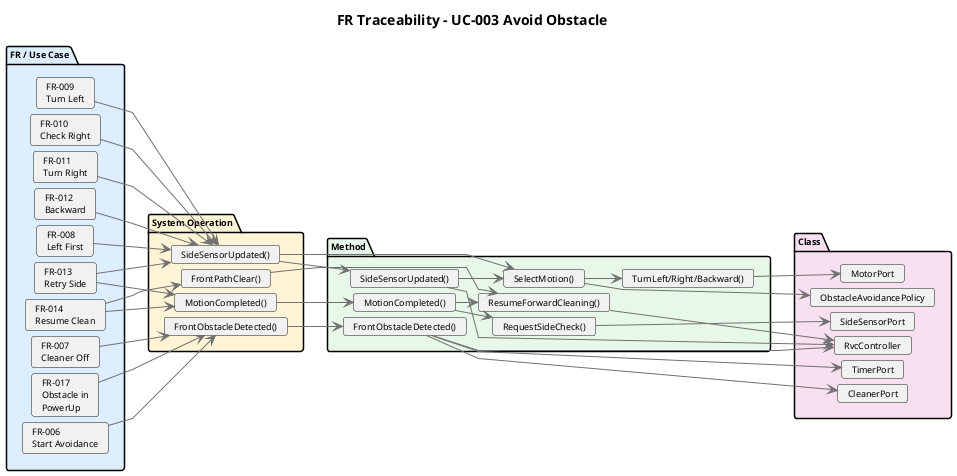
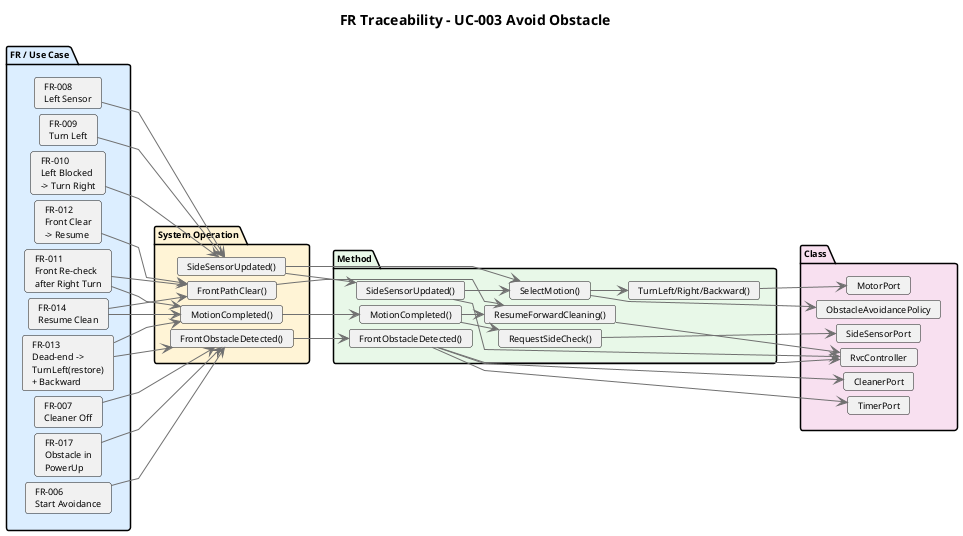
@startuml FR_Traceability_UC003
title FR Traceability - UC-003 Avoid Obstacle

skinparam shadowing false
skinparam linetype polyline
skinparam nodesep 6
skinparam ranksep 12
skinparam defaultFontSize 9
skinparam ArrowColor #707070

left to right direction

package "FR / Use Case" #DCEEFF {
  card "FR-006\nStart Avoidance" as FR006
  card "FR-007\nCleaner Off" as FR007
-   card "FR-008\nLeft First" as FR008
+   card "FR-008\nLeft Sensor" as FR008
  card "FR-009\nTurn Left" as FR009
-   card "FR-010\nCheck Right" as FR010
-   card "FR-011\nTurn Right" as FR011
-   card "FR-012\nBackward" as FR012
-   card "FR-013\nRetry Side" as FR013
+   card "FR-010\nLeft Blocked\n-> Turn Right" as FR010
+   card "FR-011\nFront Re-check\nafter Right Turn" as FR011
+   card "FR-012\nFront Clear\n-> Resume" as FR012
+   card "FR-013\nDead-end ->\nTurnLeft(restore)\n+ Backward" as FR013
  card "FR-014\nResume Clean" as FR014
  card "FR-017\nObstacle in\nPowerUp" as FR017
}

package "System Operation" #FFF4D6 {
  card "FrontObstacleDetected()" as OP1
  card "SideSensorUpdated()" as OP2
  card "MotionCompleted()" as OP3
  card "FrontPathClear()" as OP4
}

package "Method" #E8F8E8 {
  card "FrontObstacleDetected()" as M1
  card "SideSensorUpdated()" as M2
  card "SelectMotion()" as M3
  card "TurnLeft/Right/Backward()" as M4
  card "MotionCompleted()" as M5
  card "ResumeForwardCleaning()" as M6
  card "RequestSideCheck()" as M7
}

package "Class" #F8E0F0 {
  card "RvcController" as C1
  card "ObstacleAvoidancePolicy" as C2
  card "CleanerPort" as C3
  card "MotorPort" as C4
  card "SideSensorPort" as C5
  card "TimerPort" as C6
}

FR006 --> OP1
FR007 --> OP1
FR008 --> OP2
FR009 --> OP2
FR010 --> OP2
- FR011 --> OP2
- FR012 --> OP2
- FR013 --> OP2
+ FR011 --> OP3
+ FR011 --> OP4
+ FR012 --> OP4
+ FR013 --> OP1
FR013 --> OP3
FR014 --> OP3
FR014 --> OP4
FR017 --> OP1

OP1 --> M1
OP2 --> M2
OP2 --> M3
OP3 --> M5
OP4 --> M6

M2 --> M3
M3 --> M4
M5 --> M7
M5 --> M6

M1 --> C1
M2 --> C1
M3 --> C2
M4 --> C4
M1 --> C3
M1 --> C6
M7 --> C5
M6 --> C1

@enduml
